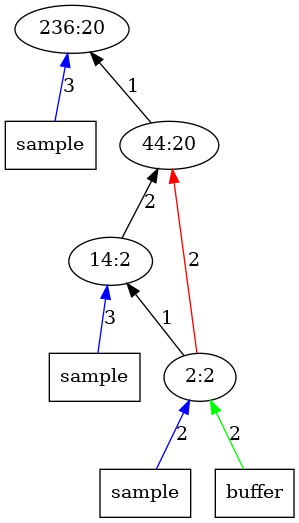
The Graphviz diagram outputImages/op20.png.png in AbhikKhan/MTP_IITG, before a commit. Its source is kept beside it as outputTrees/op20.dot.
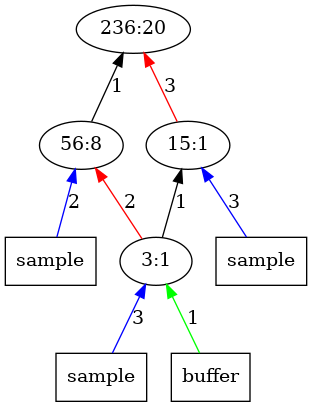
Later version of the same file.

Diff of the diagram source:
```diff
@@ -1,19 +1,19 @@
 digraph Tree{
 	rankdir="BT"
-	x11 -> 1 [label = "3", color = "blue"];
-	x11 [label = "sample", shape = "box"];
 	1 [label = "236:20"];
 	2 -> 1 [label = "1", color = "black"];
-	2 [label = "44:20"];
-	3 -> 2 [label = "2", color = "black"];
+	x21 -> 2 [label = "2", color = "blue"];
+	x21 [label = "sample", shape = "box"];
+	2 [label = "56:8"];
+	3 -> 1 [label = "3", color = "red"];
 	x31 -> 3 [label = "3", color = "blue"];
 	x31 [label = "sample", shape = "box"];
-	3 [label = "14:2"];
+	3 [label = "15:1"];
 	4 -> 2 [label = "2", color = "red"];
 	4 -> 3 [label = "1", color = "black"];
-	x41 -> 4 [label = "2", color = "blue"];
+	x41 -> 4 [label = "3", color = "blue"];
 	x41 [label = "sample", shape = "box"];
-	x42 -> 4 [label = "2", color = "green"];
+	x42 -> 4 [label = "1", color = "green"];
 	x42 [label = "buffer", shape = "box"];
-	4 [label = "2:2"];
+	4 [label = "3:1"];
 }
```
